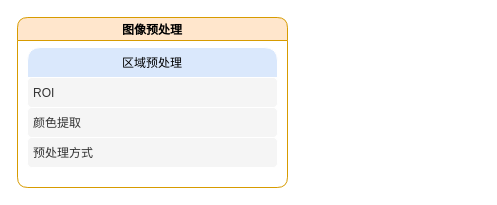
Before: VisionGlue.drawio in joeaaron/OnlineDiagram, a draw.io diagram. Source tidied: cells renumbered, new cells numbered last; positions are measured from the earlier drawing's top-left corner, leaving out a move shared by most shapes. Both pictures are drawn from the tidied source at 100%, with x=0, y=0 at pixel (17, 17).
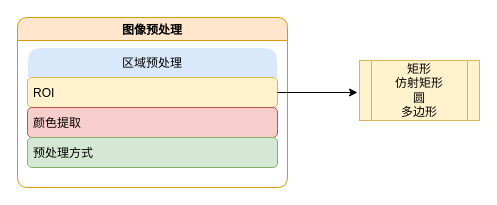
Above is the later version.

The edit, as a diff of the source:
```diff
@@
 <mxGraphModel>
   <root>
     <mxCell id="0" />
     <mxCell id="1" parent="0" />
     <mxCell id="2" value="图像预处理" style="swimlane;fillColor=#ffe6cc;strokeColor=#d79b00;rounded=1;swimlaneLine=1;glass=0;shadow=0;sketch=0;" parent="1" vertex="1">
       <mxGeometry width="270" height="170" as="geometry" />
     </mxCell>
     <mxCell id="3" value="区域预处理" style="swimlane;fontStyle=0;horizontal=1;startSize=30;fillColor=#dae8fc;strokeColor=#FFFFFF;rounded=1;" parent="2" vertex="1">
       <mxGeometry x="10" y="30" width="250" height="120" as="geometry" />
     </mxCell>
-    <mxCell id="4" value="ROI" style="text;strokeColor=#FFFFFF;fillColor=#f5f5f5;align=left;verticalAlign=middle;spacingLeft=4;spacingRight=4;overflow=hidden;points=[[0,0.5],[1,0.5]];portConstraint=eastwest;fontColor=#333333;rounded=1;" parent="3" vertex="1">
+    <mxCell id="4" value="ROI" style="text;strokeColor=#d6b656;fillColor=#fff2cc;align=left;verticalAlign=middle;spacingLeft=4;spacingRight=4;overflow=hidden;points=[[0,0.5],[1,0.5]];portConstraint=eastwest;rounded=1;" parent="3" vertex="1">
       <mxGeometry y="30" width="250" height="30" as="geometry" />
     </mxCell>
-    <mxCell id="5" value="颜色提取" style="text;strokeColor=#FFFFFF;fillColor=#f5f5f5;align=left;verticalAlign=middle;spacingLeft=4;spacingRight=4;overflow=hidden;fontColor=#333333;rounded=1;" parent="3" vertex="1">
+    <mxCell id="5" value="颜色提取" style="text;strokeColor=#b85450;fillColor=#f8cecc;align=left;verticalAlign=middle;spacingLeft=4;spacingRight=4;overflow=hidden;rounded=1;" parent="3" vertex="1">
       <mxGeometry y="60" width="250" height="30" as="geometry" />
     </mxCell>
-    <mxCell id="6" value="预处理方式" style="text;strokeColor=#FFFFFF;fillColor=#f5f5f5;align=left;verticalAlign=middle;spacingLeft=4;spacingRight=4;overflow=hidden;fontColor=#333333;rounded=1;" parent="3" vertex="1">
+    <mxCell id="6" value="预处理方式" style="text;strokeColor=#82b366;fillColor=#d5e8d4;align=left;verticalAlign=middle;spacingLeft=4;spacingRight=4;overflow=hidden;rounded=1;" parent="3" vertex="1">
       <mxGeometry y="90" width="250" height="30" as="geometry" />
     </mxCell>
+    <mxCell id="7" value="矩形&lt;br&gt;仿射矩形&lt;br&gt;圆&lt;br&gt;多边形" style="shape=process;whiteSpace=wrap;html=1;backgroundOutline=1;fillColor=#fff2cc;strokeColor=#d6b656;" parent="1" vertex="1">
+      <mxGeometry x="342" y="43" width="120" height="60" as="geometry" />
+    </mxCell>
+    <mxCell id="8" style="edgeStyle=none;rounded=0;jettySize=auto;html=1;" parent="1" edge="1" source="4">
+      <mxGeometry relative="1" as="geometry">
+        <mxPoint x="340" y="75" as="targetPoint" />
+      </mxGeometry>
+    </mxCell>
   </root>
 </mxGraphModel>
```
